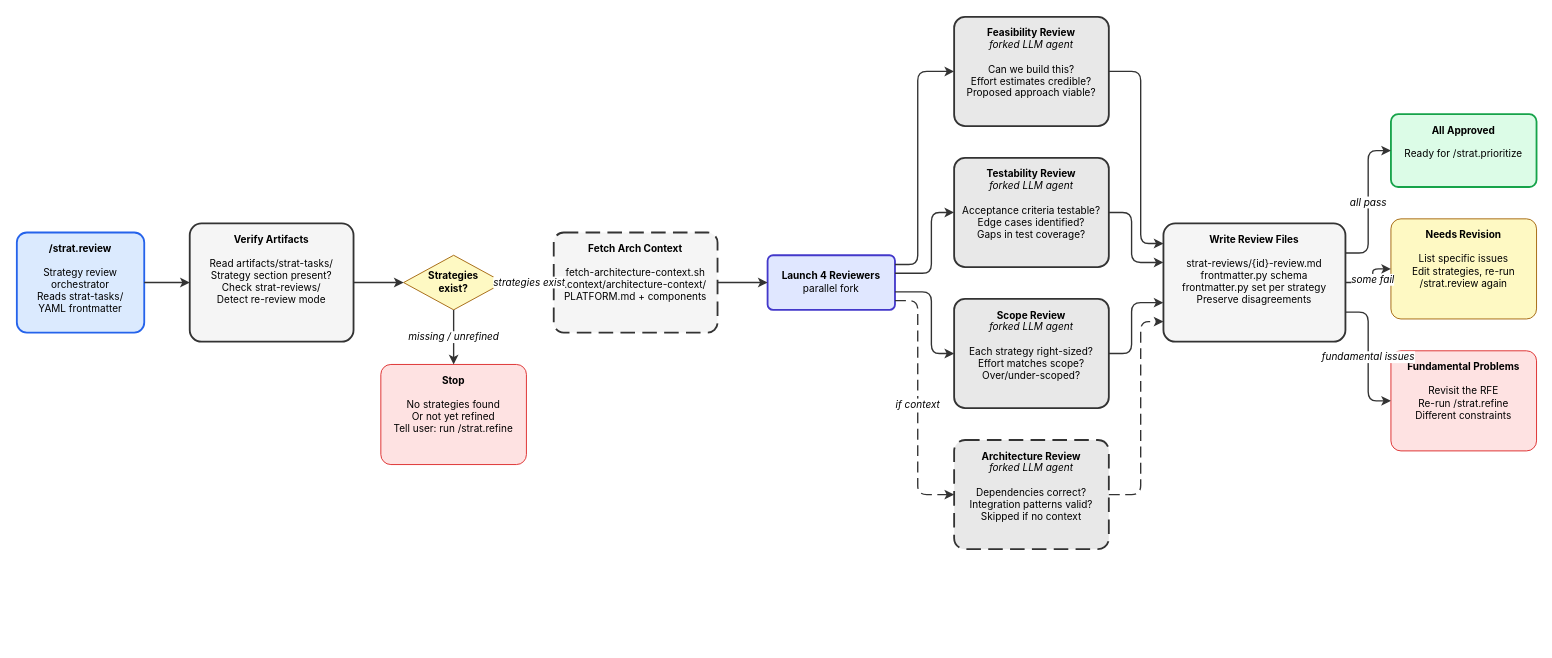
Earlier version of the draw.io diagram site/docs/plugins/rfe-creator/strat.review.drawio (opendatahub-io/skills-registry). Source tidied: cells renumbered, new cells numbered last; positions are measured from the earlier drawing's top-left corner, leaving out a move shared by most shapes. Both pictures are drawn from the tidied source at 91%, with x=0, y=0 at pixel (16, 16).
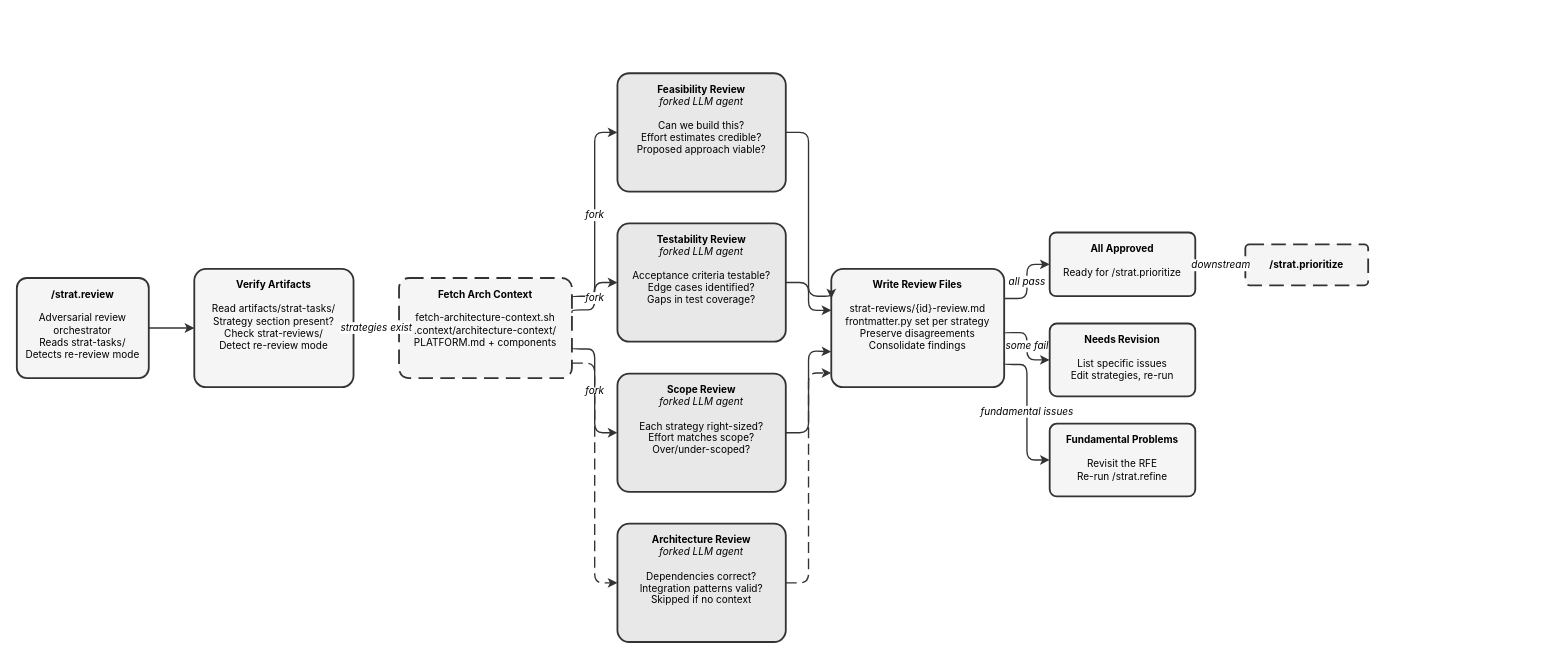
After the change.

The edit, as a diff of the source:
```diff
@@
-    <mxCell id="2" value="&lt;b&gt;/strat.review&lt;/b&gt;&lt;br&gt;&lt;br&gt;Strategy review orchestrator&lt;br&gt;Reads strat-tasks/&lt;br&gt;YAML frontmatter" style="rounded=1;whiteSpace=wrap;html=1;fillColor=#dbeafe;strokeColor=#2563eb;strokeWidth=2;arcSize=10;verticalAlign=top;spacingTop=5;fontSize=11;fontFamily=Inter,Helvetica,Arial,sans-serif;" parent="1" vertex="1">
-      <mxGeometry y="237" width="140" height="110" as="geometry" />
+    <mxCell id="2" value="&lt;b&gt;/strat.review&lt;/b&gt;&lt;br&gt;&lt;br&gt;Adversarial review&lt;br&gt;orchestrator&lt;br&gt;Reads strat-tasks/&lt;br&gt;Detects re-review mode" style="rounded=1;whiteSpace=wrap;html=1;fillColor=#f5f5f5;strokeColor=#333333;strokeWidth=2;arcSize=10;verticalAlign=top;spacingTop=5;fontSize=11;fontFamily=Inter,Helvetica,Arial,sans-serif;" parent="1" vertex="1">
+      <mxGeometry y="287" width="145" height="110" as="geometry" />
     </mxCell>
     <mxCell id="3" value="&lt;b&gt;Verify Artifacts&lt;/b&gt;&lt;br&gt;&lt;br&gt;Read artifacts/strat-tasks/&lt;br&gt;Strategy section present?&lt;br&gt;Check strat-reviews/&lt;br&gt;Detect re-review mode" style="rounded=1;whiteSpace=wrap;html=1;fillColor=#f5f5f5;strokeColor=#333333;strokeWidth=2;arcSize=10;verticalAlign=top;spacingTop=5;fontSize=11;fontFamily=Inter,Helvetica,Arial,sans-serif;" parent="1" vertex="1">
-      <mxGeometry x="190" y="227" width="180" height="130" as="geometry" />
+      <mxGeometry x="195" y="277" width="175" height="130" as="geometry" />
     </mxCell>
-    <mxCell id="4" value="&lt;b&gt;Strategies&lt;br&gt;exist?&lt;/b&gt;" style="rhombus;whiteSpace=wrap;html=1;fillColor=#fef9c3;strokeColor=#a16207;strokeWidth=1;arcSize=10;verticalAlign=middle;fontSize=11;fontFamily=Inter,Helvetica,Arial,sans-serif;" parent="1" vertex="1">
-      <mxGeometry x="425" y="262" width="110" height="60" as="geometry" />
-    </mxCell>
-    <mxCell id="5" value="&lt;b&gt;Stop&lt;/b&gt;&lt;br&gt;&lt;br&gt;No strategies found&lt;br&gt;Or not yet refined&lt;br&gt;Tell user: run /strat.refine" style="rounded=1;whiteSpace=wrap;html=1;fillColor=#fee2e2;strokeColor=#dc2626;strokeWidth=1;arcSize=10;verticalAlign=top;spacingTop=5;fontSize=11;fontFamily=Inter,Helvetica,Arial,sans-serif;" parent="1" vertex="1">
-      <mxGeometry x="400" y="382" width="160" height="110" as="geometry" />
-    </mxCell>
     <mxCell id="6" value="&lt;b&gt;Fetch Arch Context&lt;/b&gt;&lt;br&gt;&lt;br&gt;fetch-architecture-context.sh&lt;br&gt;.context/architecture-context/&lt;br&gt;PLATFORM.md + components" style="rounded=1;whiteSpace=wrap;html=1;fillColor=#f5f5f5;strokeColor=#333333;strokeWidth=2;arcSize=10;dashed=1;dashPattern=8 4;verticalAlign=top;spacingTop=5;fontSize=11;fontFamily=Inter,Helvetica,Arial,sans-serif;" parent="1" vertex="1">
-      <mxGeometry x="590" y="237" width="180" height="110" as="geometry" />
+      <mxGeometry x="420" y="287" width="190" height="110" as="geometry" />
     </mxCell>
-    <mxCell id="7" value="&lt;b&gt;Launch 4 Reviewers&lt;/b&gt;&lt;br&gt;parallel fork" style="rounded=1;whiteSpace=wrap;html=1;fillColor=#e0e7ff;strokeColor=#4338ca;strokeWidth=2;arcSize=10;verticalAlign=middle;fontSize=11;fontFamily=Inter,Helvetica,Arial,sans-serif;" parent="1" vertex="1">
-      <mxGeometry x="825" y="262" width="140" height="60" as="geometry" />
-    </mxCell>
     <mxCell id="8" value="&lt;b&gt;Feasibility Review&lt;/b&gt;&lt;br&gt;&lt;i&gt;forked LLM agent&lt;/i&gt;&lt;br&gt;&lt;br&gt;Can we build this?&lt;br&gt;Effort estimates credible?&lt;br&gt;Proposed approach viable?" style="rounded=1;whiteSpace=wrap;html=1;fillColor=#e8e8e8;strokeColor=#333333;strokeWidth=2;arcSize=10;verticalAlign=top;spacingTop=5;fontSize=11;fontFamily=Inter,Helvetica,Arial,sans-serif;" parent="1" vertex="1">
-      <mxGeometry x="1030" width="170" height="120" as="geometry" />
+      <mxGeometry x="660" y="62" width="185" height="130" as="geometry" />
     </mxCell>
     <mxCell id="9" value="&lt;b&gt;Testability Review&lt;/b&gt;&lt;br&gt;&lt;i&gt;forked LLM agent&lt;/i&gt;&lt;br&gt;&lt;br&gt;Acceptance criteria testable?&lt;br&gt;Edge cases identified?&lt;br&gt;Gaps in test coverage?" style="rounded=1;whiteSpace=wrap;html=1;fillColor=#e8e8e8;strokeColor=#333333;strokeWidth=2;arcSize=10;verticalAlign=top;spacingTop=5;fontSize=11;fontFamily=Inter,Helvetica,Arial,sans-serif;" parent="1" vertex="1">
-      <mxGeometry x="1030" y="155" width="170" height="120" as="geometry" />
+      <mxGeometry x="660" y="227" width="185" height="130" as="geometry" />
     </mxCell>
     <mxCell id="10" value="&lt;b&gt;Scope Review&lt;/b&gt;&lt;br&gt;&lt;i&gt;forked LLM agent&lt;/i&gt;&lt;br&gt;&lt;br&gt;Each strategy right-sized?&lt;br&gt;Effort matches scope?&lt;br&gt;Over/under-scoped?" style="rounded=1;whiteSpace=wrap;html=1;fillColor=#e8e8e8;strokeColor=#333333;strokeWidth=2;arcSize=10;verticalAlign=top;spacingTop=5;fontSize=11;fontFamily=Inter,Helvetica,Arial,sans-serif;" parent="1" vertex="1">
-      <mxGeometry x="1030" y="310" width="170" height="120" as="geometry" />
+      <mxGeometry x="660" y="392" width="185" height="130" as="geometry" />
     </mxCell>
-    <mxCell id="11" value="&lt;b&gt;Architecture Review&lt;/b&gt;&lt;br&gt;&lt;i&gt;forked LLM agent&lt;/i&gt;&lt;br&gt;&lt;br&gt;Dependencies correct?&lt;br&gt;Integration patterns valid?&lt;br&gt;Skipped if no context" style="rounded=1;whiteSpace=wrap;html=1;fillColor=#e8e8e8;strokeColor=#333333;strokeWidth=2;arcSize=10;dashed=1;dashPattern=8 4;verticalAlign=top;spacingTop=5;fontSize=11;fontFamily=Inter,Helvetica,Arial,sans-serif;" parent="1" vertex="1">
-      <mxGeometry x="1030" y="465" width="170" height="120" as="geometry" />
+    <mxCell id="11" value="&lt;b&gt;Architecture Review&lt;/b&gt;&lt;br&gt;&lt;i&gt;forked LLM agent&lt;/i&gt;&lt;br&gt;&lt;br&gt;Dependencies correct?&lt;br&gt;Integration patterns valid?&lt;br&gt;Skipped if no context" style="rounded=1;whiteSpace=wrap;html=1;fillColor=#e8e8e8;strokeColor=#333333;strokeWidth=2;arcSize=10;verticalAlign=top;spacingTop=5;fontSize=11;fontFamily=Inter,Helvetica,Arial,sans-serif;" parent="1" vertex="1">
+      <mxGeometry x="660" y="557" width="185" height="130" as="geometry" />
     </mxCell>
-    <mxCell id="12" value="&lt;b&gt;Write Review Files&lt;/b&gt;&lt;br&gt;&lt;br&gt;strat-reviews/{id}-review.md&lt;br&gt;frontmatter.py schema&lt;br&gt;frontmatter.py set per strategy&lt;br&gt;Preserve disagreements" style="rounded=1;whiteSpace=wrap;html=1;fillColor=#f5f5f5;strokeColor=#333333;strokeWidth=2;arcSize=10;verticalAlign=top;spacingTop=5;fontSize=11;fontFamily=Inter,Helvetica,Arial,sans-serif;" parent="1" vertex="1">
-      <mxGeometry x="1260" y="227" width="200" height="130" as="geometry" />
+    <mxCell id="12" value="&lt;b&gt;Write Review Files&lt;/b&gt;&lt;br&gt;&lt;br&gt;strat-reviews/{id}-review.md&lt;br&gt;frontmatter.py set per strategy&lt;br&gt;Preserve disagreements&lt;br&gt;Consolidate findings" style="rounded=1;whiteSpace=wrap;html=1;fillColor=#f5f5f5;strokeColor=#333333;strokeWidth=2;arcSize=10;verticalAlign=top;spacingTop=5;fontSize=11;fontFamily=Inter,Helvetica,Arial,sans-serif;" parent="1" vertex="1">
+      <mxGeometry x="895" y="277" width="190" height="130" as="geometry" />
     </mxCell>
-    <mxCell id="13" value="&lt;b&gt;All Approved&lt;/b&gt;&lt;br&gt;&lt;br&gt;Ready for /strat.prioritize" style="rounded=1;whiteSpace=wrap;html=1;fillColor=#dcfce7;strokeColor=#16a34a;strokeWidth=2;arcSize=10;verticalAlign=top;spacingTop=5;fontSize=11;fontFamily=Inter,Helvetica,Arial,sans-serif;" parent="1" vertex="1">
-      <mxGeometry x="1510" y="107" width="160" height="80" as="geometry" />
+    <mxCell id="13" value="&lt;b&gt;All Approved&lt;/b&gt;&lt;br&gt;&lt;br&gt;Ready for /strat.prioritize" style="rounded=1;whiteSpace=wrap;html=1;fillColor=#f5f5f5;strokeColor=#333333;strokeWidth=2;arcSize=10;verticalAlign=top;spacingTop=5;fontSize=11;fontFamily=Inter,Helvetica,Arial,sans-serif;" parent="1" vertex="1">
+      <mxGeometry x="1135" y="237" width="160" height="70" as="geometry" />
     </mxCell>
-    <mxCell id="14" value="&lt;b&gt;Needs Revision&lt;/b&gt;&lt;br&gt;&lt;br&gt;List specific issues&lt;br&gt;Edit strategies, re-run&lt;br&gt;/strat.review again" style="rounded=1;whiteSpace=wrap;html=1;fillColor=#fef9c3;strokeColor=#a16207;strokeWidth=1;arcSize=10;verticalAlign=top;spacingTop=5;fontSize=11;fontFamily=Inter,Helvetica,Arial,sans-serif;" parent="1" vertex="1">
-      <mxGeometry x="1510" y="222" width="160" height="110" as="geometry" />
+    <mxCell id="14" value="&lt;b&gt;Needs Revision&lt;/b&gt;&lt;br&gt;&lt;br&gt;List specific issues&lt;br&gt;Edit strategies, re-run" style="rounded=1;whiteSpace=wrap;html=1;fillColor=#f5f5f5;strokeColor=#333333;strokeWidth=2;arcSize=10;verticalAlign=top;spacingTop=5;fontSize=11;fontFamily=Inter,Helvetica,Arial,sans-serif;" parent="1" vertex="1">
+      <mxGeometry x="1135" y="337" width="160" height="80" as="geometry" />
     </mxCell>
-    <mxCell id="15" value="&lt;b&gt;Fundamental Problems&lt;/b&gt;&lt;br&gt;&lt;br&gt;Revisit the RFE&lt;br&gt;Re-run /strat.refine&lt;br&gt;Different constraints" style="rounded=1;whiteSpace=wrap;html=1;fillColor=#fee2e2;strokeColor=#dc2626;strokeWidth=1;arcSize=10;verticalAlign=top;spacingTop=5;fontSize=11;fontFamily=Inter,Helvetica,Arial,sans-serif;" parent="1" vertex="1">
-      <mxGeometry x="1510" y="367" width="160" height="110" as="geometry" />
+    <mxCell id="15" value="&lt;b&gt;Fundamental Problems&lt;/b&gt;&lt;br&gt;&lt;br&gt;Revisit the RFE&lt;br&gt;Re-run /strat.refine" style="rounded=1;whiteSpace=wrap;html=1;fillColor=#f5f5f5;strokeColor=#333333;strokeWidth=2;arcSize=10;verticalAlign=top;spacingTop=5;fontSize=11;fontFamily=Inter,Helvetica,Arial,sans-serif;" parent="1" vertex="1">
+      <mxGeometry x="1135" y="447" width="160" height="80" as="geometry" />
     </mxCell>
+    <mxCell id="32" value="&lt;b&gt;/strat.prioritize&lt;/b&gt;" style="rounded=1;whiteSpace=wrap;html=1;fillColor=#f5f5f5;strokeColor=#333333;strokeWidth=2;arcSize=10;dashed=1;dashPattern=8 4;verticalAlign=middle;fontSize=11;fontFamily=Inter,Helvetica,Arial,sans-serif;" parent="1" vertex="1">
+      <mxGeometry x="1350" y="250" width="135" height="45" as="geometry" />
+    </mxCell>
@@
-    <mxCell id="17" style="edgeStyle=orthogonalEdgeStyle;rounded=1;strokeColor=#333333;strokeWidth=1.5;html=1;fontFamily=Inter,Helvetica,Arial,sans-serif;exitX=1;exitY=0.5;exitDx=0;exitDy=0;entryX=0;entryY=0.5;entryDx=0;entryDy=0;" parent="1" edge="1" source="3" target="4">
-      <mxGeometry relative="1" as="geometry" />
-    </mxCell>
-    <mxCell id="18" value="missing / unrefined" style="edgeStyle=orthogonalEdgeStyle;rounded=1;strokeColor=#333333;strokeWidth=1.5;html=1;fontStyle=2;fontSize=11;fontFamily=Inter,Helvetica,Arial,sans-serif;exitX=0.5;exitY=1;exitDx=0;exitDy=0;entryX=0.5;entryY=0;entryDx=0;entryDy=0;" parent="1" edge="1" source="4" target="5">
-      <mxGeometry relative="1" as="geometry" />
-    </mxCell>
-    <mxCell id="19" value="strategies exist" style="edgeStyle=orthogonalEdgeStyle;rounded=1;strokeColor=#333333;strokeWidth=1.5;html=1;fontStyle=2;fontSize=11;fontFamily=Inter,Helvetica,Arial,sans-serif;exitX=1;exitY=0.5;exitDx=0;exitDy=0;entryX=0;entryY=0.5;entryDx=0;entryDy=0;" parent="1" edge="1" source="4" target="6">
+    <mxCell id="19" value="strategies exist" style="edgeStyle=orthogonalEdgeStyle;rounded=1;strokeColor=#333333;strokeWidth=1.5;html=1;fontStyle=2;fontSize=11;fontFamily=Inter,Helvetica,Arial,sans-serif;exitX=1;exitY=0.5;exitDx=0;exitDy=0;entryX=0;entryY=0.5;entryDx=0;entryDy=0;" parent="1" edge="1" source="3" target="6">
       <mxGeometry relative="1" as="geometry" />
     </mxCell>
-    <mxCell id="20" style="edgeStyle=orthogonalEdgeStyle;rounded=1;strokeColor=#333333;strokeWidth=1.5;html=1;fontFamily=Inter,Helvetica,Arial,sans-serif;exitX=1;exitY=0.5;exitDx=0;exitDy=0;entryX=0;entryY=0.5;entryDx=0;entryDy=0;" parent="1" edge="1" source="6" target="7">
-      <mxGeometry relative="1" as="geometry" />
-    </mxCell>
-    <mxCell id="21" style="edgeStyle=orthogonalEdgeStyle;rounded=1;strokeColor=#333333;strokeWidth=1.5;html=1;fontFamily=Inter,Helvetica,Arial,sans-serif;exitX=1;exitY=0.17;exitDx=0;exitDy=0;entryX=0;entryY=0.5;entryDx=0;entryDy=0;" parent="1" edge="1" source="7" target="8">
-      <mxGeometry relative="1" as="geometry">
-        <Array as="points">
-          <mxPoint x="990" y="272" />
-          <mxPoint x="990" y="60" />
-        </Array>
-      </mxGeometry>
-    </mxCell>
-    <mxCell id="22" style="edgeStyle=orthogonalEdgeStyle;rounded=1;strokeColor=#333333;strokeWidth=1.5;html=1;fontFamily=Inter,Helvetica,Arial,sans-serif;exitX=1;exitY=0.33;exitDx=0;exitDy=0;entryX=0;entryY=0.5;entryDx=0;entryDy=0;" parent="1" edge="1" source="7" target="9">
-      <mxGeometry relative="1" as="geometry">
-        <Array as="points">
-          <mxPoint x="1005" y="282" />
-          <mxPoint x="1005" y="215" />
-        </Array>
-      </mxGeometry>
-    </mxCell>
-    <mxCell id="23" style="edgeStyle=orthogonalEdgeStyle;rounded=1;strokeColor=#333333;strokeWidth=1.5;html=1;fontFamily=Inter,Helvetica,Arial,sans-serif;exitX=1;exitY=0.67;exitDx=0;exitDy=0;entryX=0;entryY=0.5;entryDx=0;entryDy=0;" parent="1" edge="1" source="7" target="10">
-      <mxGeometry relative="1" as="geometry">
-        <Array as="points">
-          <mxPoint x="1005" y="302" />
-          <mxPoint x="1005" y="370" />
-        </Array>
-      </mxGeometry>
-    </mxCell>
-    <mxCell id="24" value="if context" style="edgeStyle=orthogonalEdgeStyle;rounded=1;strokeColor=#333333;strokeWidth=1.5;dashed=1;dashPattern=8 4;html=1;fontStyle=2;fontSize=11;fontFamily=Inter,Helvetica,Arial,sans-serif;exitX=1;exitY=0.83;exitDx=0;exitDy=0;entryX=0;entryY=0.5;entryDx=0;entryDy=0;" parent="1" edge="1" source="7" target="11">
-      <mxGeometry relative="1" as="geometry">
-        <Array as="points">
-          <mxPoint x="990" y="312" />
-          <mxPoint x="990" y="525" />
-        </Array>
-      </mxGeometry>
-    </mxCell>
+    <mxCell id="33" value="fork" style="edgeStyle=orthogonalEdgeStyle;rounded=1;strokeColor=#333333;strokeWidth=1.5;html=1;fontStyle=2;fontSize=11;fontFamily=Inter,Helvetica,Arial,sans-serif;exitX=1;exitY=0.2;exitDx=0;exitDy=0;entryX=0;entryY=0.5;entryDx=0;entryDy=0;" parent="1" edge="1" source="6" target="8">
+      <mxGeometry relative="1" as="geometry">
+        <Array as="points">
+          <mxPoint x="635" y="307" />
+          <mxPoint x="635" y="127" />
+        </Array>
+      </mxGeometry>
+    </mxCell>
+    <mxCell id="34" value="fork" style="edgeStyle=orthogonalEdgeStyle;rounded=1;strokeColor=#333333;strokeWidth=1.5;html=1;fontStyle=2;fontSize=11;fontFamily=Inter,Helvetica,Arial,sans-serif;exitX=1;exitY=0.35;exitDx=0;exitDy=0;entryX=0;entryY=0.5;entryDx=0;entryDy=0;" parent="1" edge="1" source="6" target="9">
+      <mxGeometry relative="1" as="geometry">
+        <Array as="points">
+          <mxPoint x="635" y="322" />
+          <mxPoint x="635" y="292" />
+        </Array>
+      </mxGeometry>
+    </mxCell>
+    <mxCell id="35" value="fork" style="edgeStyle=orthogonalEdgeStyle;rounded=1;strokeColor=#333333;strokeWidth=1.5;html=1;fontStyle=2;fontSize=11;fontFamily=Inter,Helvetica,Arial,sans-serif;exitX=1;exitY=0.7;exitDx=0;exitDy=0;entryX=0;entryY=0.5;entryDx=0;entryDy=0;" parent="1" edge="1" source="6" target="10">
+      <mxGeometry relative="1" as="geometry">
+        <Array as="points">
+          <mxPoint x="635" y="365" />
+          <mxPoint x="635" y="457" />
+        </Array>
+      </mxGeometry>
+    </mxCell>
+    <mxCell id="36" style="edgeStyle=orthogonalEdgeStyle;rounded=1;strokeColor=#333333;strokeWidth=1.5;dashed=1;dashPattern=8 4;html=1;fontFamily=Inter,Helvetica,Arial,sans-serif;exitX=1;exitY=0.85;exitDx=0;exitDy=0;entryX=0;entryY=0.5;entryDx=0;entryDy=0;" parent="1" edge="1" source="6" target="11">
+      <mxGeometry relative="1" as="geometry">
+        <Array as="points">
+          <mxPoint x="635" y="381" />
+          <mxPoint x="635" y="622" />
+        </Array>
+      </mxGeometry>
+    </mxCell>
-    <mxCell id="25" style="edgeStyle=orthogonalEdgeStyle;rounded=1;strokeColor=#333333;strokeWidth=1.5;html=1;fontFamily=Inter,Helvetica,Arial,sans-serif;exitX=1;exitY=0.5;exitDx=0;exitDy=0;entryX=0;entryY=0.17;entryDx=0;entryDy=0;" parent="1" edge="1" source="8" target="12">
+    <mxCell id="25" style="edgeStyle=orthogonalEdgeStyle;rounded=1;strokeColor=#333333;strokeWidth=1.5;html=1;fontFamily=Inter,Helvetica,Arial,sans-serif;exitX=1;exitY=0.5;exitDx=0;exitDy=0;entryX=0;entryY=0.25;entryDx=0;entryDy=0;" parent="1" edge="1" source="8" target="12">
       <mxGeometry relative="1" as="geometry">
         <Array as="points">
-          <mxPoint x="1235" y="60" />
-          <mxPoint x="1235" y="249" />
+          <mxPoint x="870" y="127" />
+          <mxPoint x="870" y="307" />
         </Array>
       </mxGeometry>
     </mxCell>
-    <mxCell id="26" style="edgeStyle=orthogonalEdgeStyle;rounded=1;strokeColor=#333333;strokeWidth=1.5;html=1;fontFamily=Inter,Helvetica,Arial,sans-serif;exitX=1;exitY=0.5;exitDx=0;exitDy=0;entryX=0;entryY=0.33;entryDx=0;entryDy=0;" parent="1" edge="1" source="9" target="12">
+    <mxCell id="26" style="edgeStyle=orthogonalEdgeStyle;rounded=1;strokeColor=#333333;strokeWidth=1.5;html=1;fontFamily=Inter,Helvetica,Arial,sans-serif;exitX=1;exitY=0.5;exitDx=0;exitDy=0;entryX=0;entryY=0.35;entryDx=0;entryDy=0;" parent="1" edge="1" source="9" target="12">
       <mxGeometry relative="1" as="geometry">
         <Array as="points">
-          <mxPoint x="1225" y="215" />
-          <mxPoint x="1225" y="270" />
+          <mxPoint x="870" y="292" />
+          <mxPoint x="870" y="322" />
         </Array>
       </mxGeometry>
     </mxCell>
-    <mxCell id="27" style="edgeStyle=orthogonalEdgeStyle;rounded=1;strokeColor=#333333;strokeWidth=1.5;html=1;fontFamily=Inter,Helvetica,Arial,sans-serif;exitX=1;exitY=0.5;exitDx=0;exitDy=0;entryX=0;entryY=0.67;entryDx=0;entryDy=0;" parent="1" edge="1" source="10" target="12">
+    <mxCell id="27" style="edgeStyle=orthogonalEdgeStyle;rounded=1;strokeColor=#333333;strokeWidth=1.5;html=1;fontFamily=Inter,Helvetica,Arial,sans-serif;exitX=1;exitY=0.5;exitDx=0;exitDy=0;entryX=0;entryY=0.7;entryDx=0;entryDy=0;" parent="1" edge="1" source="10" target="12">
       <mxGeometry relative="1" as="geometry">
         <Array as="points">
-          <mxPoint x="1225" y="370" />
-          <mxPoint x="1225" y="314" />
+          <mxPoint x="870" y="457" />
+          <mxPoint x="870" y="367" />
         </Array>
       </mxGeometry>
     </mxCell>
-    <mxCell id="28" style="edgeStyle=orthogonalEdgeStyle;rounded=1;strokeColor=#333333;strokeWidth=1.5;dashed=1;dashPattern=8 4;html=1;fontFamily=Inter,Helvetica,Arial,sans-serif;exitX=1;exitY=0.5;exitDx=0;exitDy=0;entryX=0;entryY=0.83;entryDx=0;entryDy=0;" parent="1" edge="1" source="11" target="12">
+    <mxCell id="28" style="edgeStyle=orthogonalEdgeStyle;rounded=1;strokeColor=#333333;strokeWidth=1.5;dashed=1;dashPattern=8 4;html=1;fontFamily=Inter,Helvetica,Arial,sans-serif;exitX=1;exitY=0.5;exitDx=0;exitDy=0;entryX=0;entryY=0.88;entryDx=0;entryDy=0;" parent="1" edge="1" source="11" target="12">
       <mxGeometry relative="1" as="geometry">
         <Array as="points">
-          <mxPoint x="1235" y="525" />
-          <mxPoint x="1235" y="335" />
+          <mxPoint x="870" y="622" />
+          <mxPoint x="870" y="392" />
         </Array>
       </mxGeometry>
     </mxCell>
     <mxCell id="29" value="all pass" style="edgeStyle=orthogonalEdgeStyle;rounded=1;strokeColor=#333333;strokeWidth=1.5;html=1;fontStyle=2;fontSize=11;fontFamily=Inter,Helvetica,Arial,sans-serif;exitX=1;exitY=0.25;exitDx=0;exitDy=0;entryX=0;entryY=0.5;entryDx=0;entryDy=0;" parent="1" edge="1" source="12" target="13">
       <mxGeometry relative="1" as="geometry">
         <Array as="points">
-          <mxPoint x="1485" y="259" />
-          <mxPoint x="1485" y="147" />
+          <mxPoint x="1110" y="310" />
+          <mxPoint x="1110" y="272" />
         </Array>
       </mxGeometry>
     </mxCell>
-    <mxCell id="30" value="some fail" style="edgeStyle=orthogonalEdgeStyle;rounded=1;strokeColor=#333333;strokeWidth=1.5;html=1;fontStyle=2;fontSize=11;fontFamily=Inter,Helvetica,Arial,sans-serif;exitX=1;exitY=0.5;exitDx=0;exitDy=0;entryX=0;entryY=0.5;entryDx=0;entryDy=0;" parent="1" edge="1" source="12" target="14">
+    <mxCell id="30" value="some fail" style="edgeStyle=orthogonalEdgeStyle;rounded=1;strokeColor=#333333;strokeWidth=1.5;html=1;fontStyle=2;fontSize=11;fontFamily=Inter,Helvetica,Arial,sans-serif;exitX=1;exitY=0.55;exitDx=0;exitDy=0;entryX=0;entryY=0.5;entryDx=0;entryDy=0;" parent="1" edge="1" source="12" target="14">
       <mxGeometry relative="1" as="geometry">
         <Array as="points">
-          <mxPoint x="1490" y="292" />
-          <mxPoint x="1490" y="277" />
+          <mxPoint x="1110" y="347" />
+          <mxPoint x="1110" y="377" />
         </Array>
       </mxGeometry>
     </mxCell>
-    <mxCell id="31" value="fundamental issues" style="edgeStyle=orthogonalEdgeStyle;rounded=1;strokeColor=#333333;strokeWidth=1.5;html=1;fontStyle=2;fontSize=11;fontFamily=Inter,Helvetica,Arial,sans-serif;exitX=1;exitY=0.75;exitDx=0;exitDy=0;entryX=0;entryY=0.5;entryDx=0;entryDy=0;" parent="1" edge="1" source="12" target="15">
+    <mxCell id="31" value="fundamental issues" style="edgeStyle=orthogonalEdgeStyle;rounded=1;strokeColor=#333333;strokeWidth=1.5;html=1;fontStyle=2;fontSize=11;fontFamily=Inter,Helvetica,Arial,sans-serif;exitX=1;exitY=0.8;exitDx=0;exitDy=0;entryX=0;entryY=0.5;entryDx=0;entryDy=0;" parent="1" edge="1" source="12" target="15">
       <mxGeometry relative="1" as="geometry">
         <Array as="points">
-          <mxPoint x="1485" y="324" />
-          <mxPoint x="1485" y="422" />
+          <mxPoint x="1110" y="382" />
+          <mxPoint x="1110" y="487" />
         </Array>
       </mxGeometry>
     </mxCell>
+    <mxCell id="37" value="downstream" style="edgeStyle=orthogonalEdgeStyle;rounded=1;strokeColor=#333333;strokeWidth=1.5;dashed=1;dashPattern=8 4;html=1;fontStyle=2;fontSize=11;fontFamily=Inter,Helvetica,Arial,sans-serif;exitX=1;exitY=0.5;exitDx=0;exitDy=0;entryX=0;entryY=0.5;entryDx=0;entryDy=0;" parent="1" edge="1" source="13" target="32">
+      <mxGeometry relative="1" as="geometry" />
+    </mxCell>
```
